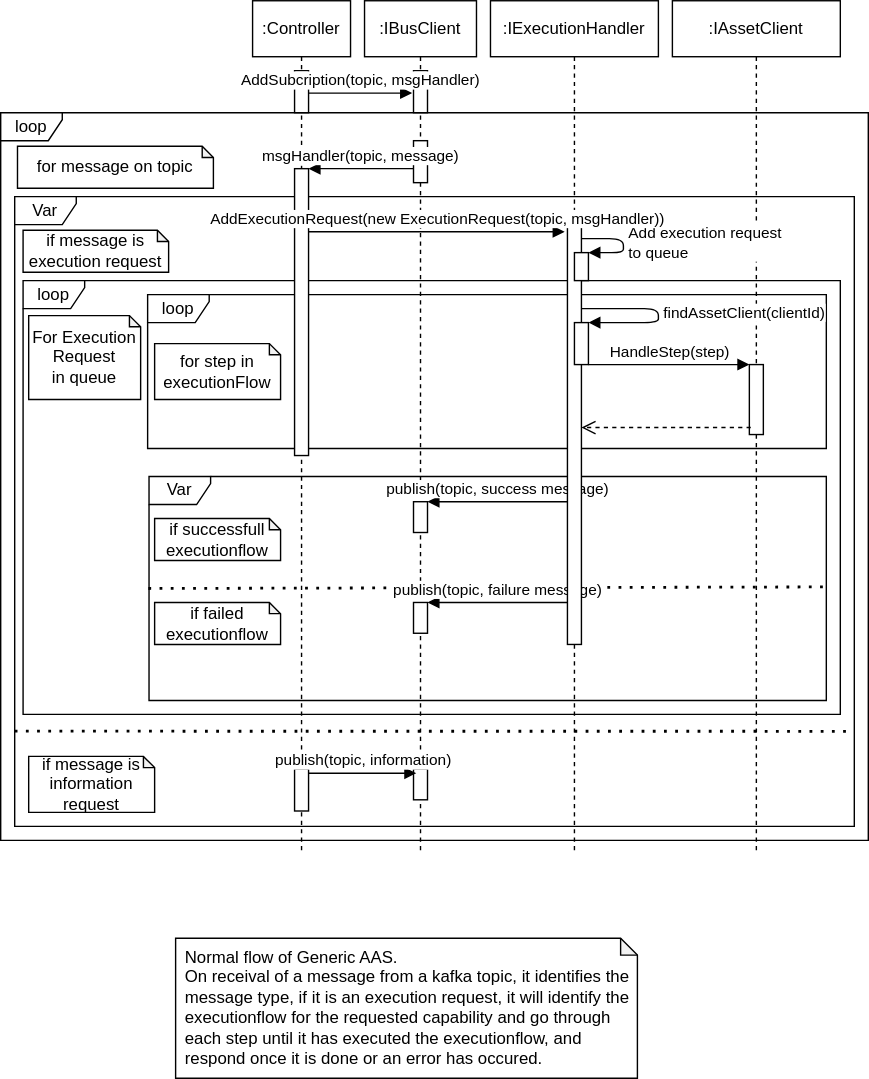
Before: docs/Seq_GenericAsset_NormalFlow.svg, a diagram exported from draw.io (SDU-SW-Engineering/Reconfigurable-I4-Middleware-Software-Architecture). Source tidied: cells renumbered, new cells last; positions are measured from the earlier drawing's top-left corner, leaving out a move shared by most shapes. Source of this version:
```xml
<mxGraphModel>
  <root>
    <mxCell id="0" />
    <mxCell id="1" parent="0" />
    <mxCell id="2" value="loop" style="shape=umlFrame;whiteSpace=wrap;html=1;width=44;height=20;" parent="1" vertex="1">
      <mxGeometry y="80" width="620" height="520" as="geometry" />
    </mxCell>
    <mxCell id="3" value="Var" style="shape=umlFrame;whiteSpace=wrap;html=1;width=44;height=20;" parent="1" vertex="1">
      <mxGeometry x="10" y="140" width="600" height="450" as="geometry" />
    </mxCell>
    <mxCell id="4" value="loop" style="shape=umlFrame;whiteSpace=wrap;html=1;width=44;height=20;" parent="1" vertex="1">
      <mxGeometry x="16" y="200" width="584" height="310" as="geometry" />
    </mxCell>
    <mxCell id="5" value="Var" style="shape=umlFrame;whiteSpace=wrap;html=1;width=44;height=20;" parent="1" vertex="1">
      <mxGeometry x="106" y="340" width="484" height="160" as="geometry" />
    </mxCell>
    <mxCell id="6" value="loop" style="shape=umlFrame;whiteSpace=wrap;html=1;width=44;height=20;" parent="1" vertex="1">
      <mxGeometry x="105" y="210" width="485" height="110" as="geometry" />
    </mxCell>
    <mxCell id="7" value=":Controller" style="shape=umlLifeline;perimeter=lifelinePerimeter;whiteSpace=wrap;html=1;" parent="1" vertex="1">
      <mxGeometry x="180" width="70" height="610" as="geometry" />
    </mxCell>
    <mxCell id="8" style="html=1;points=[];perimeter=orthogonalPerimeter;" parent="7" vertex="1">
      <mxGeometry x="30" y="50" width="10" height="30" as="geometry" />
    </mxCell>
    <mxCell id="9" style="html=1;points=[];perimeter=orthogonalPerimeter;" parent="7" vertex="1">
      <mxGeometry x="30" y="120" width="10" height="205" as="geometry" />
    </mxCell>
    <mxCell id="10" style="html=1;points=[];perimeter=orthogonalPerimeter;" parent="7" vertex="1">
      <mxGeometry x="30" y="549" width="10" height="30" as="geometry" />
    </mxCell>
    <mxCell id="11" value=":IBusClient" style="shape=umlLifeline;perimeter=lifelinePerimeter;whiteSpace=wrap;html=1;" parent="1" vertex="1">
      <mxGeometry x="260" width="80" height="610" as="geometry" />
    </mxCell>
    <mxCell id="12" style="html=1;points=[];perimeter=orthogonalPerimeter;" parent="11" vertex="1">
      <mxGeometry x="35" y="50" width="10" height="30" as="geometry" />
    </mxCell>
    <mxCell id="13" style="html=1;points=[];perimeter=orthogonalPerimeter;" parent="11" vertex="1">
      <mxGeometry x="35" y="100" width="10" height="30" as="geometry" />
    </mxCell>
    <mxCell id="14" style="html=1;points=[];perimeter=orthogonalPerimeter;" parent="11" vertex="1">
      <mxGeometry x="35" y="358" width="10" height="22" as="geometry" />
    </mxCell>
    <mxCell id="15" style="html=1;points=[];perimeter=orthogonalPerimeter;" parent="11" vertex="1">
      <mxGeometry x="35" y="430" width="10" height="22" as="geometry" />
    </mxCell>
    <mxCell id="16" style="html=1;points=[];perimeter=orthogonalPerimeter;" parent="11" vertex="1">
      <mxGeometry x="35" y="549" width="10" height="22" as="geometry" />
    </mxCell>
    <mxCell id="17" value=":IAssetClient" style="shape=umlLifeline;perimeter=lifelinePerimeter;whiteSpace=wrap;html=1;" parent="1" vertex="1">
      <mxGeometry x="480" width="120" height="610" as="geometry" />
    </mxCell>
    <mxCell id="18" style="html=1;points=[];perimeter=orthogonalPerimeter;" parent="17" vertex="1">
      <mxGeometry x="55" y="260" width="10" height="50" as="geometry" />
    </mxCell>
    <mxCell id="19" value="AddSubcription(topic, msgHandler)" style="html=1;verticalAlign=bottom;endArrow=block;rounded=1;entryX=-0.1;entryY=0.533;entryDx=0;entryDy=0;entryPerimeter=0;jumpStyle=arc;" parent="1" edge="1" source="8" target="12">
      <mxGeometry relative="1" as="geometry" />
    </mxCell>
    <mxCell id="20" value="&lt;span&gt;for message on topic&lt;/span&gt;" style="shape=note;whiteSpace=wrap;html=1;backgroundOutline=1;darkOpacity=0.05;size=8;" parent="1" vertex="1">
      <mxGeometry x="12" y="104" width="140" height="30" as="geometry" />
    </mxCell>
    <mxCell id="21" value="msgHandler(topic, message)" style="html=1;verticalAlign=bottom;endArrow=block;rounded=1;jumpStyle=arc;" parent="1" edge="1" source="13" target="9">
      <mxGeometry relative="1" as="geometry" />
    </mxCell>
    <mxCell id="22" value="&lt;span&gt;if message is execution request&lt;/span&gt;" style="shape=note;whiteSpace=wrap;html=1;backgroundOutline=1;darkOpacity=0.05;size=8;" parent="1" vertex="1">
      <mxGeometry x="16" y="164" width="104" height="30" as="geometry" />
    </mxCell>
    <mxCell id="23" value="&lt;span&gt;for step in executionFlow&lt;/span&gt;" style="shape=note;whiteSpace=wrap;html=1;backgroundOutline=1;darkOpacity=0.05;size=8;" parent="1" vertex="1">
      <mxGeometry x="110" y="245" width="90" height="40" as="geometry" />
    </mxCell>
    <mxCell id="24" value="HandleStep(step)" style="html=1;verticalAlign=bottom;endArrow=block;rounded=1;jumpStyle=arc;" parent="1" edge="1" source="37" target="18">
      <mxGeometry relative="1" as="geometry" />
    </mxCell>
    <mxCell id="25" style="html=1;verticalAlign=bottom;endArrow=open;dashed=1;endSize=8;rounded=1;exitX=0.1;exitY=0.9;exitDx=0;exitDy=0;exitPerimeter=0;jumpStyle=arc;" parent="1" edge="1" source="18" target="35">
      <mxGeometry relative="1" as="geometry" />
    </mxCell>
    <mxCell id="26" style="endArrow=none;dashed=1;html=1;dashPattern=1 3;strokeWidth=2;rounded=1;entryX=1;entryY=0.493;entryDx=0;entryDy=0;entryPerimeter=0;exitX=-0.001;exitY=0.5;exitDx=0;exitDy=0;exitPerimeter=0;jumpStyle=arc;" parent="1" edge="1" source="5" target="5">
      <mxGeometry relative="1" as="geometry" />
    </mxCell>
    <mxCell id="27" value="&lt;span&gt;if successfull executionflow&lt;/span&gt;" style="shape=note;whiteSpace=wrap;html=1;backgroundOutline=1;darkOpacity=0.05;size=8;" parent="1" vertex="1">
      <mxGeometry x="110" y="370" width="90" height="30" as="geometry" />
    </mxCell>
    <mxCell id="28" value="&lt;span&gt;if failed executionflow&lt;/span&gt;" style="shape=note;whiteSpace=wrap;html=1;backgroundOutline=1;darkOpacity=0.05;size=8;" parent="1" vertex="1">
      <mxGeometry x="110" y="430" width="90" height="30" as="geometry" />
    </mxCell>
    <mxCell id="29" value="publish(topic, success message)" style="html=1;verticalAlign=bottom;endArrow=block;rounded=1;jumpStyle=arc;" parent="1" edge="1" source="35" target="14">
      <mxGeometry relative="1" as="geometry" />
    </mxCell>
    <mxCell id="30" value="publish(topic, failure message)" style="html=1;verticalAlign=bottom;endArrow=block;rounded=1;jumpStyle=arc;" parent="1" edge="1" source="35" target="15">
      <mxGeometry x="-0.01" relative="1" as="geometry" />
    </mxCell>
    <mxCell id="31" style="endArrow=none;dashed=1;html=1;dashPattern=1 3;strokeWidth=2;rounded=1;entryX=0.998;entryY=0.849;entryDx=0;entryDy=0;entryPerimeter=0;jumpStyle=arc;" parent="1" edge="1" target="3">
      <mxGeometry relative="1" as="geometry">
        <mxPoint x="10" y="522" as="sourcePoint" />
      </mxGeometry>
    </mxCell>
    <mxCell id="32" value="&lt;span&gt;if message is information request&lt;/span&gt;" style="shape=note;whiteSpace=wrap;html=1;backgroundOutline=1;darkOpacity=0.05;size=8;" parent="1" vertex="1">
      <mxGeometry x="20" y="540" width="90" height="40" as="geometry" />
    </mxCell>
    <mxCell id="33" value="publish(topic, information)" style="html=1;verticalAlign=bottom;endArrow=block;rounded=1;entryX=0.2;entryY=0.136;entryDx=0;entryDy=0;entryPerimeter=0;jumpStyle=arc;" parent="1" edge="1" source="10" target="16">
      <mxGeometry relative="1" as="geometry" />
    </mxCell>
    <mxCell id="34" value=":IExecutionHandler" style="shape=umlLifeline;perimeter=lifelinePerimeter;whiteSpace=wrap;html=1;" parent="1" vertex="1">
      <mxGeometry x="350" width="120" height="610" as="geometry" />
    </mxCell>
    <mxCell id="35" style="html=1;points=[];perimeter=orthogonalPerimeter;" parent="34" vertex="1">
      <mxGeometry x="55" y="160" width="10" height="300" as="geometry" />
    </mxCell>
    <mxCell id="36" value="findAssetClient(clientId)" style="edgeStyle=orthogonalEdgeStyle;html=1;align=left;spacingLeft=2;endArrow=block;rounded=1;entryX=1;entryY=0;jumpStyle=arc;" parent="34" edge="1" target="37">
      <mxGeometry relative="1" as="geometry">
        <mxPoint x="65" y="220" as="sourcePoint" />
        <Array as="points">
          <mxPoint x="120" y="220" />
          <mxPoint x="120" y="230" />
        </Array>
      </mxGeometry>
    </mxCell>
    <mxCell id="37" style="html=1;points=[];perimeter=orthogonalPerimeter;" parent="34" vertex="1">
      <mxGeometry x="60" y="230" width="10" height="30" as="geometry" />
    </mxCell>
    <mxCell id="38" style="html=1;points=[];perimeter=orthogonalPerimeter;" parent="34" vertex="1">
      <mxGeometry x="60" y="180" width="10" height="20" as="geometry" />
    </mxCell>
    <mxCell id="39" value="Add execution request &lt;br&gt;to queue" style="edgeStyle=orthogonalEdgeStyle;html=1;align=left;spacingLeft=2;endArrow=block;rounded=1;entryX=1;entryY=0;jumpStyle=arc;" parent="34" edge="1" target="38">
      <mxGeometry relative="1" as="geometry">
        <mxPoint x="65" y="170" as="sourcePoint" />
        <Array as="points">
          <mxPoint x="95" y="170" />
          <mxPoint x="95" y="180" />
        </Array>
      </mxGeometry>
    </mxCell>
    <mxCell id="40" value="AddExecutionRequest(new ExecutionRequest(topic, msgHandler))" style="html=1;verticalAlign=bottom;endArrow=block;rounded=1;entryX=-0.2;entryY=0.017;entryDx=0;entryDy=0;entryPerimeter=0;jumpStyle=arc;" parent="1" edge="1" source="9" target="35">
      <mxGeometry relative="1" as="geometry" />
    </mxCell>
    <mxCell id="41" value="&lt;span&gt;For Execution Request&lt;br&gt;in queue&lt;br&gt;&lt;/span&gt;" style="shape=note;whiteSpace=wrap;html=1;backgroundOutline=1;darkOpacity=0.05;size=8;" parent="1" vertex="1">
      <mxGeometry x="20" y="225" width="80" height="60" as="geometry" />
    </mxCell>
    <mxCell id="42" value="&lt;div style=&quot;&quot;&gt;Normal flow of Generic AAS.&lt;/div&gt;&lt;div style=&quot;&quot;&gt;On receival of a message from a kafka topic, it identifies the message type, if it is an execution request, it will identify the executionflow for the requested capability and go through each step until it has executed the executionflow, and respond once it is done or an error has occured.&lt;/div&gt;" style="shape=note;whiteSpace=wrap;html=1;backgroundOutline=1;darkOpacity=0.05;size=12;align=left;spacingLeft=5;verticalAlign=top;" parent="1" vertex="1">
      <mxGeometry x="125" y="670" width="330" height="100" as="geometry" />
    </mxCell>
  </root>
</mxGraphModel>
```
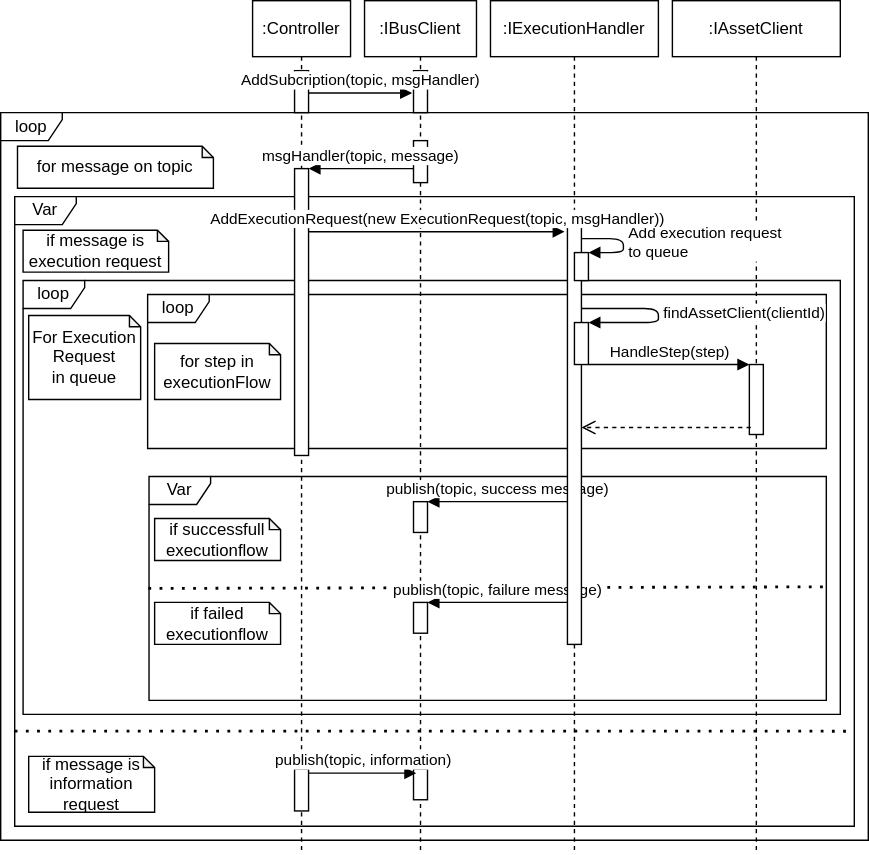
The same diagram one commit later.

Diff of the diagram source:
```diff
@@ -136,8 +136,5 @@
     <mxCell id="41" value="&lt;span&gt;For Execution Request&lt;br&gt;in queue&lt;br&gt;&lt;/span&gt;" style="shape=note;whiteSpace=wrap;html=1;backgroundOutline=1;darkOpacity=0.05;size=8;" parent="1" vertex="1">
       <mxGeometry x="20" y="225" width="80" height="60" as="geometry" />
     </mxCell>
-    <mxCell id="42" value="&lt;div style=&quot;&quot;&gt;Normal flow of Generic AAS.&lt;/div&gt;&lt;div style=&quot;&quot;&gt;On receival of a message from a kafka topic, it identifies the message type, if it is an execution request, it will identify the executionflow for the requested capability and go through each step until it has executed the executionflow, and respond once it is done or an error has occured.&lt;/div&gt;" style="shape=note;whiteSpace=wrap;html=1;backgroundOutline=1;darkOpacity=0.05;size=12;align=left;spacingLeft=5;verticalAlign=top;" parent="1" vertex="1">
-      <mxGeometry x="125" y="670" width="330" height="100" as="geometry" />
-    </mxCell>
   </root>
 </mxGraphModel>
```
